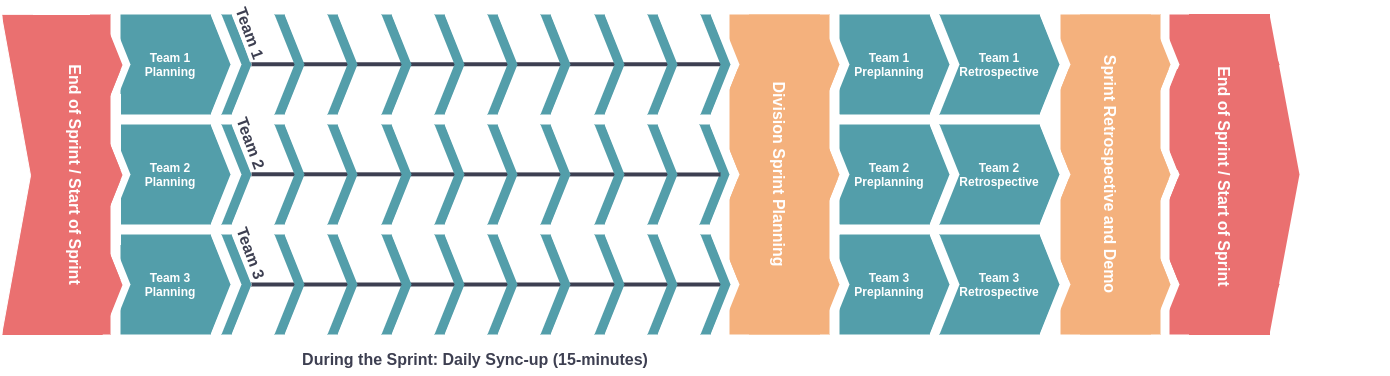
Earlier version of the draw.io export sprint_process.drawio.png (packbackbooks/engineering-docs). Source tidied: cells renumbered, new cells last; positions are measured from the earlier drawing's top-left corner, leaving out a move shared by most shapes.
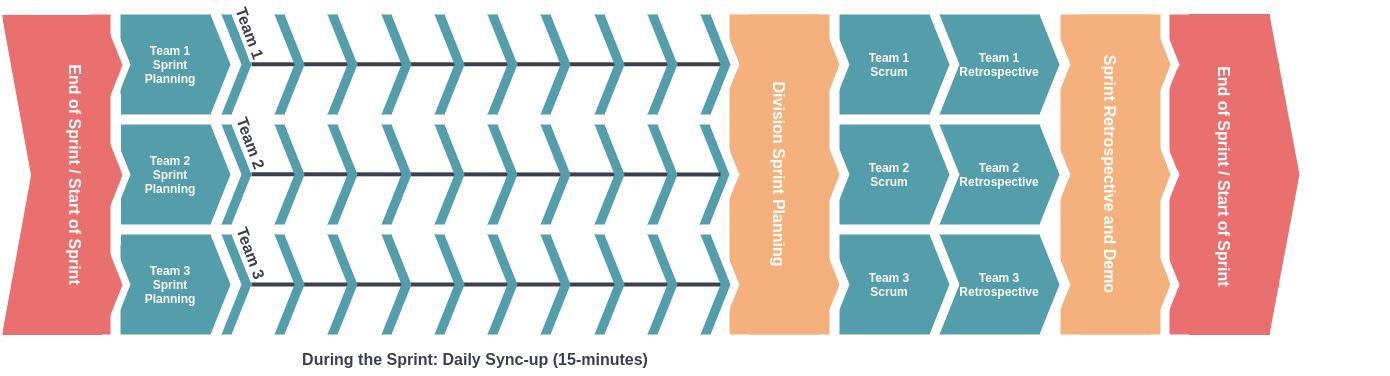
Later version of the same file.

The edit, as a diff of the source:
```diff
@@ -71,7 +71,7 @@
     <mxCell id="24" style="group;" parent="1" vertex="1">
       <mxGeometry x="909" width="130" height="120" as="geometry" />
     </mxCell>
-    <mxCell id="25" value="&lt;b&gt;&lt;font color=&quot;#ffffff&quot;&gt;Team 1&lt;br&gt;Preplanning&lt;/font&gt;&lt;/b&gt;" style="shape=step;perimeter=stepPerimeter;whiteSpace=wrap;html=1;fixedSize=1;strokeColor=none;fillColor=#539EAA;" parent="24" vertex="1">
+    <mxCell id="25" value="&lt;b&gt;&lt;font color=&quot;#ffffff&quot;&gt;Team 1&lt;br&gt;Scrum&lt;/font&gt;&lt;/b&gt;" style="shape=step;perimeter=stepPerimeter;whiteSpace=wrap;html=1;fixedSize=1;strokeColor=none;fillColor=#539EAA;" parent="24" vertex="1">
       <mxGeometry x="10" y="10" width="120" height="100" as="geometry" />
     </mxCell>
     <mxCell id="26" style="rounded=0;whiteSpace=wrap;html=1;strokeColor=none;strokeWidth=1;" parent="24" vertex="1">
@@ -80,7 +80,7 @@
     <mxCell id="27" style="group;" parent="1" vertex="1">
       <mxGeometry x="909" y="110" width="130" height="120" as="geometry" />
     </mxCell>
-    <mxCell id="28" value="&lt;b&gt;&lt;font color=&quot;#ffffff&quot;&gt;Team 2&lt;br&gt;Preplanning&lt;/font&gt;&lt;/b&gt;" style="shape=step;perimeter=stepPerimeter;whiteSpace=wrap;html=1;fixedSize=1;strokeColor=none;fillColor=#539EAA;" parent="27" vertex="1">
+    <mxCell id="28" value="&lt;b&gt;&lt;font color=&quot;#ffffff&quot;&gt;Team 2&lt;br&gt;Scrum&lt;/font&gt;&lt;/b&gt;" style="shape=step;perimeter=stepPerimeter;whiteSpace=wrap;html=1;fixedSize=1;strokeColor=none;fillColor=#539EAA;" parent="27" vertex="1">
       <mxGeometry x="10" y="10" width="120" height="100" as="geometry" />
     </mxCell>
     <mxCell id="29" style="rounded=0;whiteSpace=wrap;html=1;strokeColor=none;strokeWidth=1;" parent="27" vertex="1">
@@ -89,7 +89,7 @@
     <mxCell id="30" style="group;" parent="1" vertex="1">
       <mxGeometry x="909" y="220" width="130" height="120" as="geometry" />
     </mxCell>
-    <mxCell id="31" value="&lt;font color=&quot;#ffffff&quot;&gt;&lt;b&gt;Team 3&lt;br&gt;Preplanning&lt;/b&gt;&lt;/font&gt;" style="shape=step;perimeter=stepPerimeter;whiteSpace=wrap;html=1;fixedSize=1;strokeColor=none;fillColor=#539EAA;" parent="30" vertex="1">
+    <mxCell id="31" value="&lt;font color=&quot;#ffffff&quot;&gt;&lt;b&gt;Team 3&lt;br&gt;Scrum&lt;/b&gt;&lt;/font&gt;" style="shape=step;perimeter=stepPerimeter;whiteSpace=wrap;html=1;fixedSize=1;strokeColor=none;fillColor=#539EAA;" parent="30" vertex="1">
       <mxGeometry x="10" y="10" width="120" height="100" as="geometry" />
     </mxCell>
     <mxCell id="32" style="rounded=0;whiteSpace=wrap;html=1;strokeColor=none;strokeWidth=1;" parent="30" vertex="1">
@@ -269,7 +269,7 @@
     <mxCell id="88" style="group;" parent="48" vertex="1">
       <mxGeometry x="-12" y="-10" width="130" height="120" as="geometry" />
     </mxCell>
-    <mxCell id="89" value="&lt;b&gt;&lt;font color=&quot;#ffffff&quot;&gt;Team 1&lt;br&gt;Planning&lt;/font&gt;&lt;/b&gt;" style="shape=step;perimeter=stepPerimeter;whiteSpace=wrap;html=1;fixedSize=1;strokeColor=none;fillColor=#539EAA;" parent="88" vertex="1">
+    <mxCell id="89" value="&lt;b&gt;&lt;font color=&quot;#ffffff&quot;&gt;Team 1&lt;br&gt;Sprint&lt;br&gt;Planning&lt;/font&gt;&lt;/b&gt;" style="shape=step;perimeter=stepPerimeter;whiteSpace=wrap;html=1;fixedSize=1;strokeColor=none;fillColor=#539EAA;" parent="88" vertex="1">
       <mxGeometry x="10" y="10" width="120" height="100" as="geometry" />
     </mxCell>
     <mxCell id="90" style="rounded=0;whiteSpace=wrap;html=1;strokeColor=none;strokeWidth=1;" parent="88" vertex="1">
@@ -278,7 +278,7 @@
     <mxCell id="91" style="group;" parent="48" vertex="1">
       <mxGeometry x="-12" y="100" width="130" height="120" as="geometry" />
     </mxCell>
-    <mxCell id="92" value="&lt;b&gt;&lt;font color=&quot;#ffffff&quot;&gt;Team 2&lt;br&gt;Planning&lt;/font&gt;&lt;/b&gt;" style="shape=step;perimeter=stepPerimeter;whiteSpace=wrap;html=1;fixedSize=1;strokeColor=none;fillColor=#539EAA;" parent="91" vertex="1">
+    <mxCell id="92" value="&lt;b&gt;&lt;font color=&quot;#ffffff&quot;&gt;Team 2&lt;br&gt;Sprint&lt;br&gt;Planning&lt;/font&gt;&lt;/b&gt;" style="shape=step;perimeter=stepPerimeter;whiteSpace=wrap;html=1;fixedSize=1;strokeColor=none;fillColor=#539EAA;" parent="91" vertex="1">
       <mxGeometry x="10" y="10" width="120" height="100" as="geometry" />
     </mxCell>
     <mxCell id="93" style="rounded=0;whiteSpace=wrap;html=1;strokeColor=none;strokeWidth=1;" parent="91" vertex="1">
@@ -287,7 +287,7 @@
     <mxCell id="94" style="group;" parent="48" vertex="1">
       <mxGeometry x="-12" y="210" width="130" height="120" as="geometry" />
     </mxCell>
-    <mxCell id="95" value="&lt;font color=&quot;#ffffff&quot;&gt;&lt;b&gt;Team 3&lt;br&gt;Planning&lt;/b&gt;&lt;/font&gt;" style="shape=step;perimeter=stepPerimeter;whiteSpace=wrap;html=1;fixedSize=1;strokeColor=none;fillColor=#539EAA;" parent="94" vertex="1">
+    <mxCell id="95" value="&lt;font color=&quot;#ffffff&quot;&gt;&lt;b&gt;Team 3&lt;br&gt;Sprint&lt;br&gt;Planning&lt;/b&gt;&lt;/font&gt;" style="shape=step;perimeter=stepPerimeter;whiteSpace=wrap;html=1;fixedSize=1;strokeColor=none;fillColor=#539EAA;" parent="94" vertex="1">
       <mxGeometry x="10" y="10" width="120" height="100" as="geometry" />
     </mxCell>
     <mxCell id="96" style="rounded=0;whiteSpace=wrap;html=1;strokeColor=none;strokeWidth=1;" parent="94" vertex="1">
```
